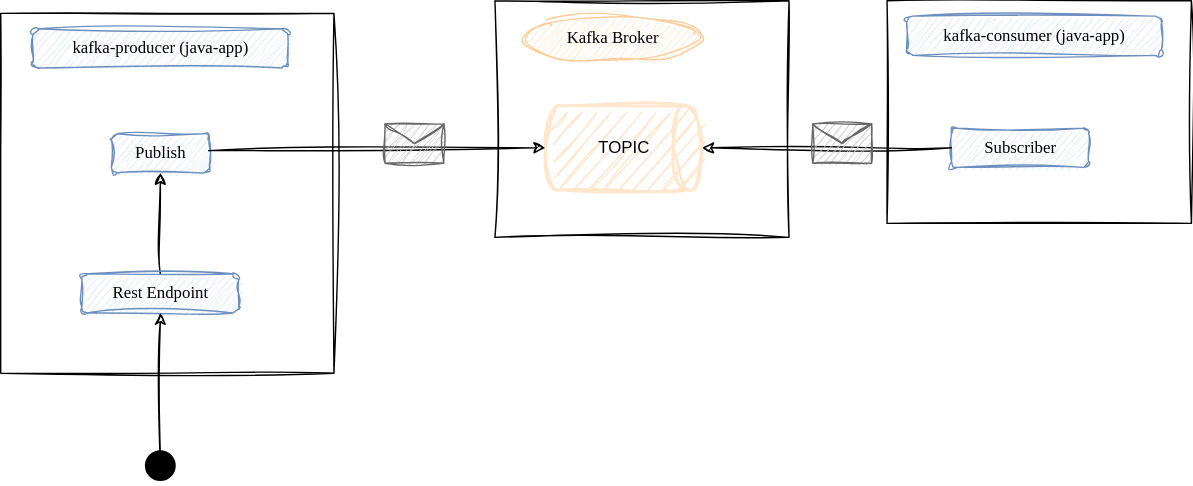
This is kafka/arquitetura.drawio.svg from ramiralvesmelo/spring-boot-projetos, a draw.io export, as it was before one commit. Source tidied: cells renumbered, new cells last; positions are measured from the earlier drawing's top-left corner, leaving out a move shared by most shapes.
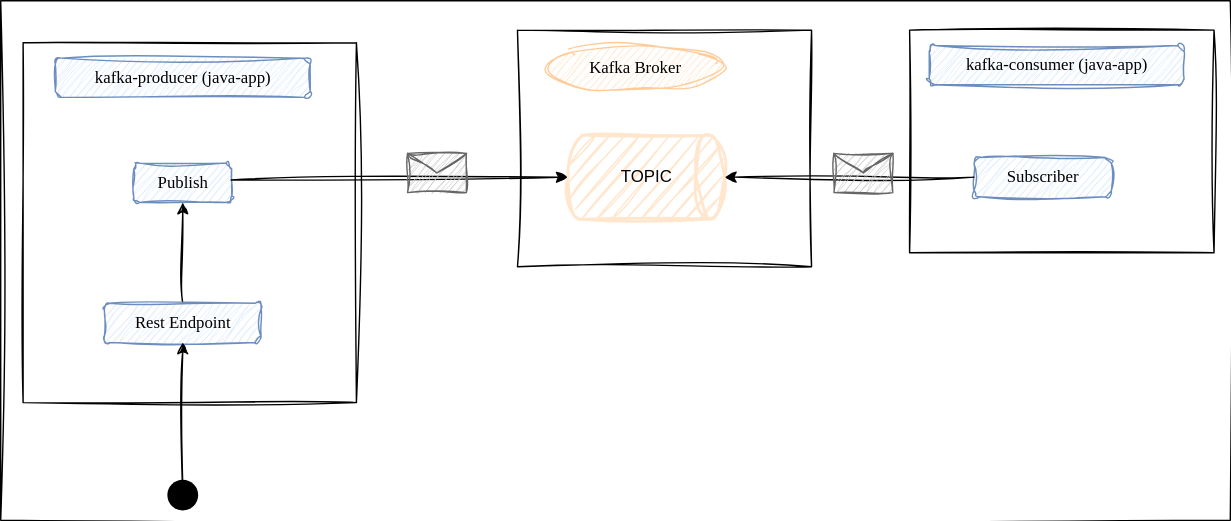
Later version of the same file.

Diff of the diagram source:
```diff
@@ -2,6 +2,9 @@
   <root>
     <mxCell id="0" />
     <mxCell id="1" parent="0" />
+    <mxCell id="19" style="rounded=0;whiteSpace=wrap;html=1;sketch=1;curveFitting=1;jiggle=2;fillStyle=solid;" parent="1" vertex="1">
+      <mxGeometry x="-16" y="-21" width="878" height="371" as="geometry" />
+    </mxCell>
     <mxCell id="2" style="rounded=0;html=1;shadow=0;sketch=1;strokeColor=#000000;fillColor=none;gradientColor=none;curveFitting=1;jiggle=2;fontFamily=Comic Sans MS;" parent="1" vertex="1">
       <mxGeometry x="633" width="217.4" height="159" as="geometry" />
     </mxCell>
```
